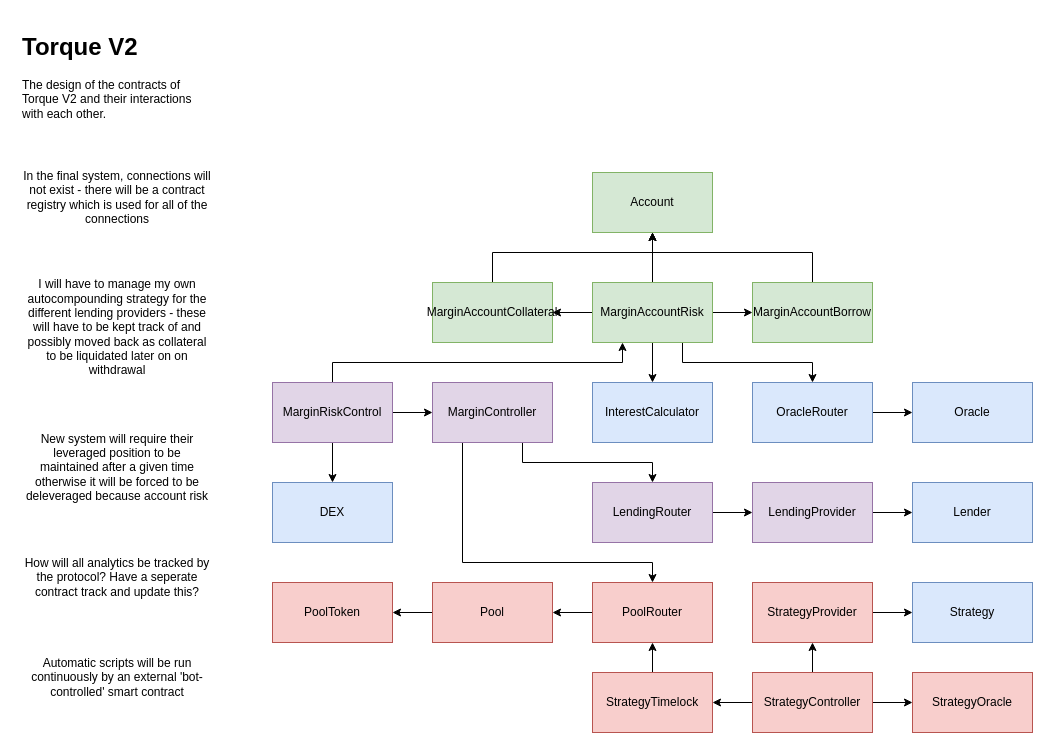
Above: TorqueV2.drawio in Torque-Money/Dev-Environment (draw.io), before the change. Source tidied: cells renumbered, new cells numbered last; positions are measured from the earlier drawing's top-left corner, leaving out a move shared by most shapes. Both pictures are drawn from the tidied source at 100%, with x=0, y=0 at pixel (17, 27).
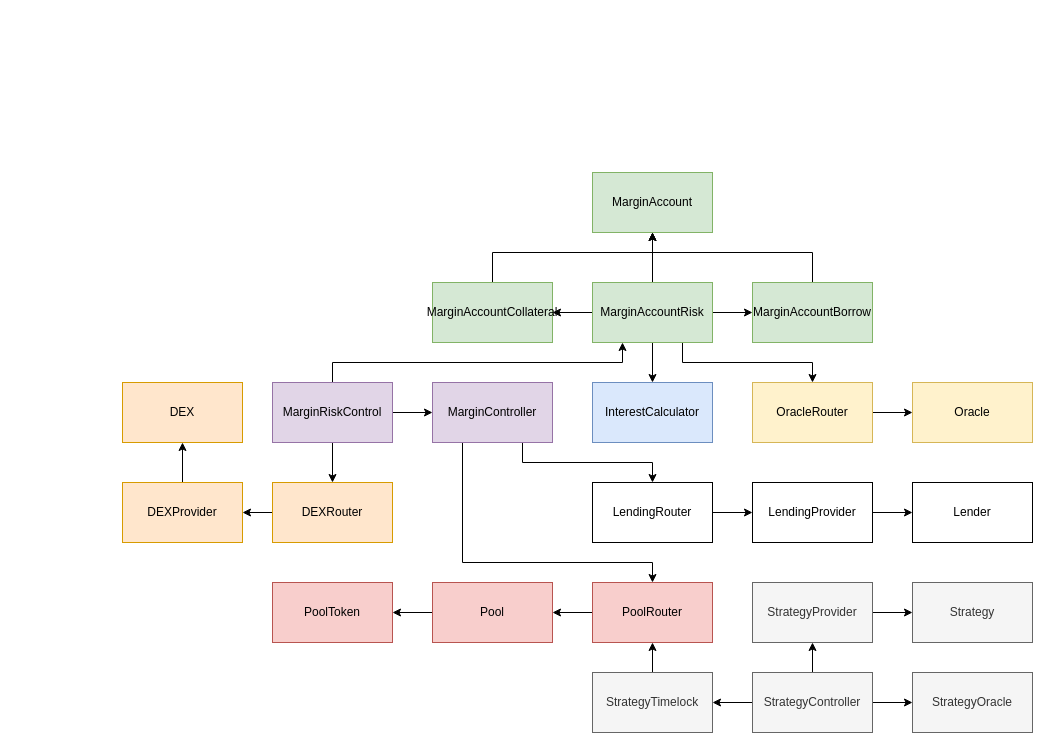
The same page after the edit.

Change to the diagram source:
```diff
@@
-    <mxCell id="3" value="Account" style="rounded=0;whiteSpace=wrap;html=1;fillColor=#d5e8d4;strokeColor=#82b366;" parent="1" vertex="1">
+    <mxCell id="3" value="MarginAccount" style="rounded=0;whiteSpace=wrap;html=1;fillColor=#d5e8d4;strokeColor=#82b366;" parent="1" vertex="1">
       <mxGeometry x="575" y="145" width="120" height="60" as="geometry" />
     </mxCell>
@@
-    <mxCell id="16" value="OracleRouter" style="rounded=0;whiteSpace=wrap;html=1;fillColor=#dae8fc;strokeColor=#6c8ebf;" parent="1" vertex="1">
+    <mxCell id="16" value="OracleRouter" style="rounded=0;whiteSpace=wrap;html=1;fillColor=#fff2cc;strokeColor=#d6b656;" parent="1" vertex="1">
       <mxGeometry x="735" y="355" width="120" height="60" as="geometry" />
     </mxCell>
-    <mxCell id="17" value="Oracle" style="rounded=0;whiteSpace=wrap;html=1;fillColor=#dae8fc;strokeColor=#6c8ebf;" parent="1" vertex="1">
+    <mxCell id="17" value="Oracle" style="rounded=0;whiteSpace=wrap;html=1;fillColor=#fff2cc;strokeColor=#d6b656;" parent="1" vertex="1">
       <mxGeometry x="895" y="355" width="120" height="60" as="geometry" />
     </mxCell>
@@
-    <mxCell id="19" value="LendingRouter" style="rounded=0;whiteSpace=wrap;html=1;fillColor=#e1d5e7;strokeColor=#9673a6;" parent="1" vertex="1">
+    <mxCell id="19" value="LendingRouter" style="rounded=0;whiteSpace=wrap;html=1;" parent="1" vertex="1">
       <mxGeometry x="575" y="455" width="120" height="60" as="geometry" />
     </mxCell>
-    <mxCell id="20" value="In the final system, connections will not exist - there will be a contract registry which is used for all of the connections" style="text;html=1;strokeColor=none;fillColor=none;align=center;verticalAlign=middle;whiteSpace=wrap;rounded=0;" parent="1" vertex="1">
-      <mxGeometry x="5" y="125" width="190" height="90" as="geometry" />
-    </mxCell>
@@
-    <mxCell id="22" value="LendingProvider" style="rounded=0;whiteSpace=wrap;html=1;fillColor=#e1d5e7;strokeColor=#9673a6;" parent="1" vertex="1">
+    <mxCell id="22" value="LendingProvider" style="rounded=0;whiteSpace=wrap;html=1;" parent="1" vertex="1">
       <mxGeometry x="735" y="455" width="120" height="60" as="geometry" />
     </mxCell>
-    <mxCell id="23" value="I will have to manage my own autocompounding strategy for the different lending providers - these will have to be kept track of and possibly moved back as collateral to be liquidated later on on withdrawal" style="text;html=1;strokeColor=none;fillColor=none;align=center;verticalAlign=middle;whiteSpace=wrap;rounded=0;" parent="1" vertex="1">
-      <mxGeometry x="5" y="245" width="190" height="110" as="geometry" />
-    </mxCell>
-    <mxCell id="24" value="New system will require their leveraged position to be maintained after a given time otherwise it will be forced to be deleveraged because account risk" style="text;html=1;strokeColor=none;fillColor=none;align=center;verticalAlign=middle;whiteSpace=wrap;rounded=0;" parent="1" vertex="1">
-      <mxGeometry x="5" y="385" width="190" height="110" as="geometry" />
-    </mxCell>
-    <mxCell id="25" value="Lender" style="rounded=0;whiteSpace=wrap;html=1;fillColor=#dae8fc;strokeColor=#6c8ebf;" parent="1" vertex="1">
+    <mxCell id="25" value="Lender" style="rounded=0;whiteSpace=wrap;html=1;" parent="1" vertex="1">
       <mxGeometry x="895" y="455" width="120" height="60" as="geometry" />
     </mxCell>
@@
-    <mxCell id="33" value="How will all analytics be tracked by the protocol? Have a seperate contract track and update this?" style="text;html=1;strokeColor=none;fillColor=none;align=center;verticalAlign=middle;whiteSpace=wrap;rounded=0;" parent="1" vertex="1">
-      <mxGeometry x="5" y="495" width="190" height="110" as="geometry" />
-    </mxCell>
@@
-    <mxCell id="39" value="Strategy" style="rounded=0;whiteSpace=wrap;html=1;fillColor=#dae8fc;strokeColor=#6c8ebf;" parent="1" vertex="1">
+    <mxCell id="39" value="Strategy" style="rounded=0;whiteSpace=wrap;html=1;fillColor=#f5f5f5;strokeColor=#666666;fontColor=#333333;" parent="1" vertex="1">
       <mxGeometry x="895" y="555" width="120" height="60" as="geometry" />
     </mxCell>
@@
-    <mxCell id="41" value="StrategyProvider" style="rounded=0;whiteSpace=wrap;html=1;fillColor=#f8cecc;strokeColor=#b85450;" parent="1" vertex="1">
+    <mxCell id="41" value="StrategyProvider" style="rounded=0;whiteSpace=wrap;html=1;fillColor=#f5f5f5;strokeColor=#666666;fontColor=#333333;" parent="1" vertex="1">
       <mxGeometry x="735" y="555" width="120" height="60" as="geometry" />
     </mxCell>
@@
-    <mxCell id="45" value="StrategyController" style="rounded=0;whiteSpace=wrap;html=1;fillColor=#f8cecc;strokeColor=#b85450;" parent="1" vertex="1">
+    <mxCell id="45" value="StrategyController" style="rounded=0;whiteSpace=wrap;html=1;fillColor=#f5f5f5;strokeColor=#666666;fontColor=#333333;" parent="1" vertex="1">
       <mxGeometry x="735" y="645" width="120" height="60" as="geometry" />
     </mxCell>
@@
-    <mxCell id="47" value="StrategyTimelock" style="rounded=0;whiteSpace=wrap;html=1;fillColor=#f8cecc;strokeColor=#b85450;" parent="1" vertex="1">
+    <mxCell id="47" value="StrategyTimelock" style="rounded=0;whiteSpace=wrap;html=1;fillColor=#f5f5f5;strokeColor=#666666;fontColor=#333333;" parent="1" vertex="1">
       <mxGeometry x="575" y="645" width="120" height="60" as="geometry" />
     </mxCell>
-    <mxCell id="48" value="StrategyOracle" style="rounded=0;whiteSpace=wrap;html=1;fillColor=#f8cecc;strokeColor=#b85450;" parent="1" vertex="1">
+    <mxCell id="48" value="StrategyOracle" style="rounded=0;whiteSpace=wrap;html=1;fillColor=#f5f5f5;strokeColor=#666666;fontColor=#333333;" parent="1" vertex="1">
       <mxGeometry x="895" y="645" width="120" height="60" as="geometry" />
     </mxCell>
+    <mxCell id="52" style="edgeStyle=orthogonalEdgeStyle;rounded=0;jettySize=auto;html=1;entryX=1;entryY=0.5;entryDx=0;entryDy=0;" parent="1" edge="1" source="49" target="54">
+      <mxGeometry relative="1" as="geometry" />
+    </mxCell>
-    <mxCell id="49" value="DEX" style="rounded=0;whiteSpace=wrap;html=1;fillColor=#dae8fc;strokeColor=#6c8ebf;" parent="1" vertex="1">
+    <mxCell id="49" value="DEXRouter" style="rounded=0;whiteSpace=wrap;html=1;fillColor=#ffe6cc;strokeColor=#d79b00;" parent="1" vertex="1">
       <mxGeometry x="255" y="455" width="120" height="60" as="geometry" />
     </mxCell>
-    <mxCell id="50" value="&lt;h1&gt;Torque V2&lt;/h1&gt;&lt;p&gt;The design of the contracts of Torque V2 and their interactions with each other.&lt;/p&gt;" style="text;html=1;strokeColor=none;fillColor=none;spacing=5;spacingTop=-20;whiteSpace=wrap;overflow=hidden;rounded=0;" parent="1" vertex="1">
-      <mxGeometry width="190" height="110" as="geometry" />
-    </mxCell>
-    <mxCell id="51" value="Automatic scripts will be run continuously by an external 'bot-controlled' smart contract" style="text;html=1;strokeColor=none;fillColor=none;align=center;verticalAlign=middle;whiteSpace=wrap;rounded=0;" parent="1" vertex="1">
-      <mxGeometry x="5" y="595" width="190" height="110" as="geometry" />
-    </mxCell>
+    <mxCell id="53" style="edgeStyle=orthogonalEdgeStyle;rounded=0;jettySize=auto;html=1;" parent="1" edge="1" source="54" target="55">
+      <mxGeometry relative="1" as="geometry" />
+    </mxCell>
+    <mxCell id="54" value="DEXProvider" style="rounded=0;whiteSpace=wrap;html=1;fillColor=#ffe6cc;strokeColor=#d79b00;" parent="1" vertex="1">
+      <mxGeometry x="105" y="455" width="120" height="60" as="geometry" />
+    </mxCell>
+    <mxCell id="55" value="DEX" style="rounded=0;whiteSpace=wrap;html=1;fillColor=#ffe6cc;strokeColor=#d79b00;" parent="1" vertex="1">
+      <mxGeometry x="105" y="355" width="120" height="60" as="geometry" />
+    </mxCell>
```
